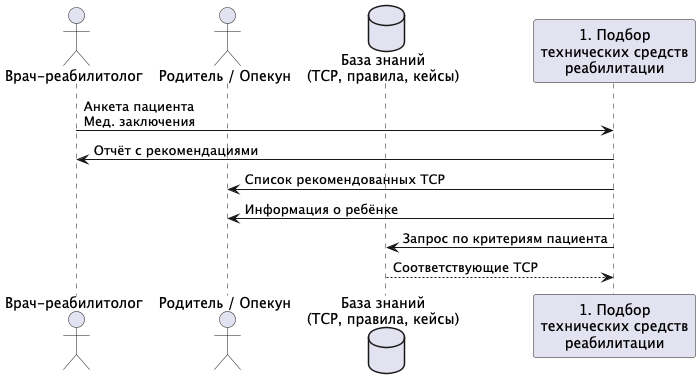
oksana-niki/intelligent-systems-lab keeps this PlantUML diagram as project/dfd.png. Above is the earlier version.
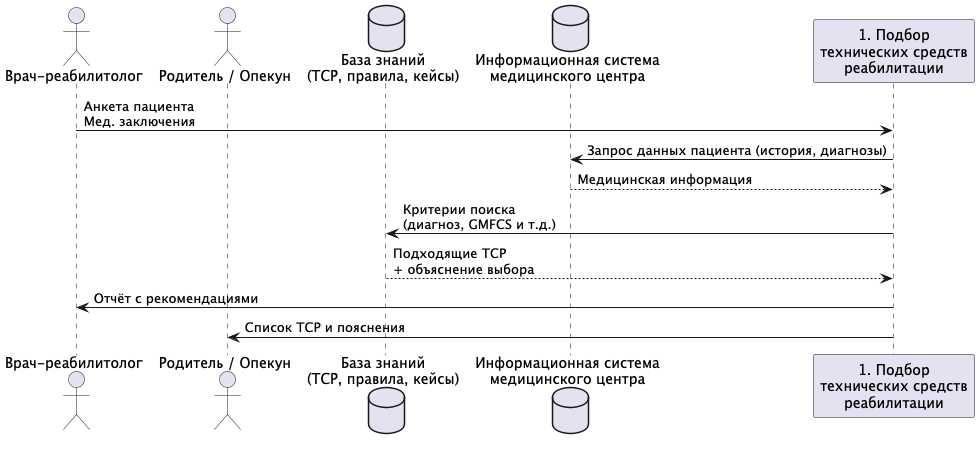
The same file after the commit.

Change to the diagram source:
```diff
@@ -2,14 +2,17 @@
 actor "Врач-реабилитолог" as Doctor
 actor "Родитель / Опекун" as Parent
 database "База знаний\n(ТСР, правила, кейсы)" as KnowledgeBase
+database "Информационная система\nмедицинского центра" as MIS
 participant "1. Подбор\nтехнических средств\nреабилитации" as Selection
 
 Doctor -> Selection : Анкета пациента\nМед. заключения
+Selection -> MIS : Запрос данных пациента (история, диагнозы)
+MIS --> Selection : Медицинская информация
+
+Selection -> KnowledgeBase : Критерии поиска\n(диагноз, GMFCS и т.д.)
+KnowledgeBase --> Selection : Подходящие ТСР\n+ объяснение выбора
+
 Selection -> Doctor : Отчёт с рекомендациями
+Selection -> Parent : Список ТСР и пояснения
 
-Selection -> Parent : Список рекомендованных ТСР
-Selection -> Parent : Информация о ребёнке
-
-Selection -> KnowledgeBase : Запрос по критериям пациента
-KnowledgeBase --> Selection : Соответствующие ТСР
 @enduml
```
